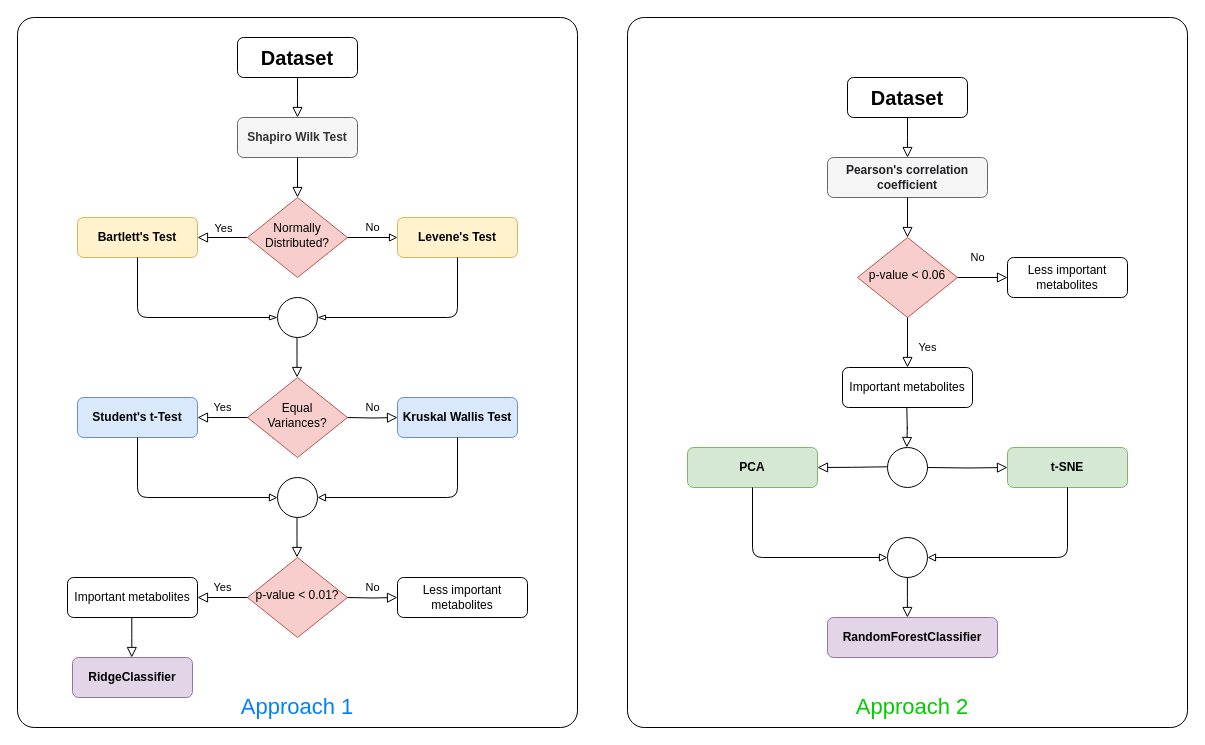
utshabkg/lung_cancer_biomarker keeps this draw.io diagram as final and best approach/Untitled Diagram.drawio. Above is the earlier version. Source tidied: cells renumbered, new cells numbered last; positions are measured from the earlier drawing's top-left corner, leaving out a move shared by most shapes. Both pictures are drawn from the tidied source at 100%, with x=0, y=0 at pixel (17, 17).
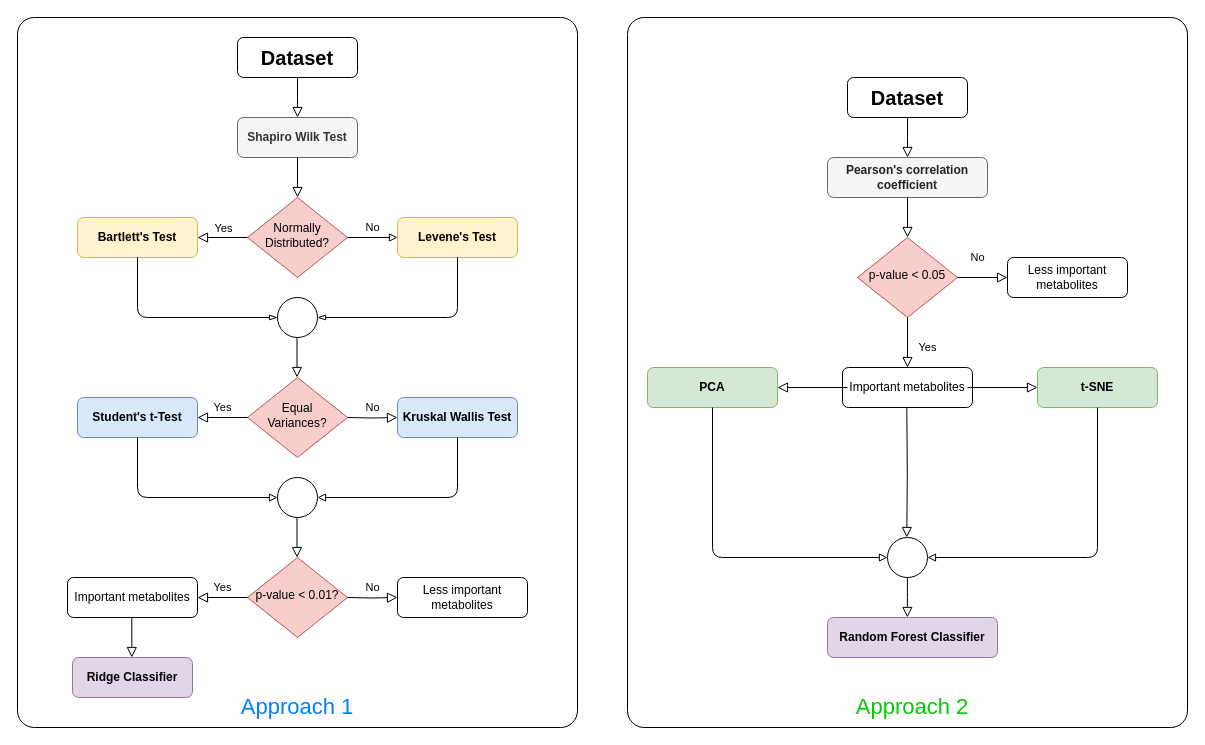
The same diagram, later.

Commit message:
removed space from classifiers, corrected p-value in approach 2

Unchanged cells that the change refers to:
```xml
<mxCell id="2" style="group;fontColor=#333333;dashed=1;" parent="1" vertex="1">
  <mxGeometry x="610" width="560" height="710" as="geometry" />
</mxCell>
<mxCell id="13" value="Important metabolites" style="rounded=1;whiteSpace=wrap;html=1;fontSize=12;glass=0;strokeWidth=1;shadow=0;" parent="2" vertex="1">
  <mxGeometry x="215" y="350" width="130" height="40" as="geometry" />
</mxCell>
<mxCell id="19" style="ellipse;whiteSpace=wrap;html=1;" parent="2" vertex="1">
  <mxGeometry x="260" y="520" width="40" height="40" as="geometry" />
</mxCell>
<mxCell id="25" style="group;" parent="1" vertex="1">
  <mxGeometry width="560" height="710" as="geometry" />
</mxCell>
```

The edit, as a diff of the source:
```diff
@@
-    <mxCell id="5" value="p-value &amp;lt; 0.06" style="rhombus;whiteSpace=wrap;html=1;shadow=0;fontFamily=Helvetica;fontSize=12;align=center;strokeWidth=1;spacing=6;spacingTop=-4;fillColor=#f8cecc;strokeColor=#b85450;" parent="2" vertex="1">
+    <mxCell id="5" value="p-value &amp;lt; 0.05" style="rhombus;whiteSpace=wrap;html=1;shadow=0;fontFamily=Helvetica;fontSize=12;align=center;strokeWidth=1;spacing=6;spacingTop=-4;fillColor=#f8cecc;strokeColor=#b85450;" parent="2" vertex="1">
       <mxGeometry x="230" y="220" width="100" height="80" as="geometry" />
     </mxCell>
@@
     <mxCell id="10" value="&lt;b&gt;PCA&lt;/b&gt;" style="rounded=1;whiteSpace=wrap;html=1;fontSize=12;glass=0;strokeWidth=1;shadow=0;fillColor=#d5e8d4;strokeColor=#82b366;" parent="2" vertex="1">
-      <mxGeometry x="60" y="430" width="130" height="40" as="geometry" />
+      <mxGeometry x="20" y="350" width="130" height="40" as="geometry" />
     </mxCell>
-    <mxCell id="11" style="ellipse;whiteSpace=wrap;html=1;" parent="2" vertex="1">
-      <mxGeometry x="260" y="430" width="40" height="40" as="geometry" />
-    </mxCell>
-    <mxCell id="12" value="&lt;b&gt;RandomForestClassifier&lt;/b&gt;" style="rounded=1;whiteSpace=wrap;html=1;fontSize=12;glass=0;strokeWidth=1;shadow=0;fillColor=#e1d5e7;strokeColor=#9673a6;" parent="2" vertex="1">
+    <mxCell id="12" value="&lt;b&gt;Random Forest Classifier&lt;/b&gt;" style="rounded=1;whiteSpace=wrap;html=1;fontSize=12;glass=0;strokeWidth=1;shadow=0;fillColor=#e1d5e7;strokeColor=#9673a6;" parent="2" vertex="1">
       <mxGeometry x="200" y="600" width="170" height="40" as="geometry" />
     </mxCell>
@@
-    <mxCell id="15" style="rounded=0;html=1;jettySize=auto;orthogonalLoop=1;fontSize=11;endArrow=block;endFill=0;endSize=8;strokeWidth=1;shadow=0;labelBackgroundColor=none;edgeStyle=orthogonalEdgeStyle;" parent="2" edge="1">
+    <mxCell id="15" style="rounded=0;html=1;jettySize=auto;fontSize=11;endArrow=block;endFill=0;endSize=8;strokeWidth=1;shadow=0;labelBackgroundColor=none;edgeStyle=orthogonalEdgeStyle;entryX=0.482;entryY=0;entryDx=0;entryDy=0;entryPerimeter=0;" parent="2" edge="1" target="19">
       <mxGeometry y="40" as="geometry">
         <mxPoint x="279.3" y="390" as="sourcePoint" />
-        <mxPoint x="279.3" y="430" as="targetPoint" />
       </mxGeometry>
     </mxCell>
     <mxCell id="16" value="&lt;b&gt;t-SNE&lt;/b&gt;" style="rounded=1;whiteSpace=wrap;html=1;fontSize=12;glass=0;strokeWidth=1;shadow=0;fillColor=#d5e8d4;strokeColor=#82b366;" parent="2" vertex="1">
-      <mxGeometry x="380" y="430" width="120" height="40" as="geometry" />
+      <mxGeometry x="410" y="350" width="120" height="40" as="geometry" />
     </mxCell>
     <mxCell id="17" style="rounded=0;html=1;jettySize=auto;fontSize=11;endArrow=block;endFill=0;endSize=8;strokeWidth=1;shadow=0;labelBackgroundColor=none;edgeStyle=orthogonalEdgeStyle;entryX=0;entryY=0.5;entryDx=0;entryDy=0;" parent="2" edge="1" target="16">
-      <mxGeometry y="40" as="geometry">
-        <mxPoint x="300" y="450" as="sourcePoint" />
+      <mxGeometry x="30" y="-40" as="geometry">
+        <mxPoint x="340" y="370" as="sourcePoint" />
+        <Array as="points">
+          <mxPoint x="340" y="370" />
+          <mxPoint x="340" y="370" />
+        </Array>
       </mxGeometry>
     </mxCell>
-    <mxCell id="18" style="rounded=0;html=1;jettySize=auto;fontSize=11;endArrow=block;endFill=0;endSize=8;strokeWidth=1;shadow=0;labelBackgroundColor=none;edgeStyle=orthogonalEdgeStyle;entryX=1;entryY=0.5;entryDx=0;entryDy=0;" parent="2" edge="1" target="10">
-      <mxGeometry y="40" as="geometry">
-        <mxPoint x="260" y="449.3" as="sourcePoint" />
-      </mxGeometry>
+    <mxCell id="18" style="rounded=0;html=1;jettySize=auto;fontSize=11;endArrow=block;endFill=0;endSize=8;strokeWidth=1;shadow=0;labelBackgroundColor=none;edgeStyle=orthogonalEdgeStyle;entryX=1;entryY=0.5;entryDx=0;entryDy=0;exitX=0.038;exitY=0.5;exitDx=0;exitDy=0;exitPerimeter=0;" parent="2" edge="1" source="13" target="10">
+      <mxGeometry x="-40" y="-40" as="geometry" />
     </mxCell>
@@
     <mxCell id="21" style="endArrow=block;html=1;exitX=0.5;exitY=1;exitDx=0;exitDy=0;entryX=1;entryY=0.5;entryDx=0;entryDy=0;endFill=0;" parent="2" edge="1" source="16" target="19">
       <mxGeometry relative="1" as="geometry">
         <Array as="points">
-          <mxPoint x="440" y="540" />
+          <mxPoint x="470" y="540" />
         </Array>
       </mxGeometry>
     </mxCell>
     <mxCell id="22" style="endArrow=block;html=1;exitX=0.5;exitY=1;exitDx=0;exitDy=0;entryX=0;entryY=0.5;entryDx=0;entryDy=0;endFill=0;" parent="2" edge="1" source="10" target="19">
       <mxGeometry relative="1" as="geometry">
         <Array as="points">
-          <mxPoint x="125" y="540" />
+          <mxPoint x="85" y="540" />
         </Array>
       </mxGeometry>
     </mxCell>
@@
-    <mxCell id="55" value="&lt;b&gt;RidgeClassifier&lt;/b&gt;" style="rounded=1;whiteSpace=wrap;html=1;fontSize=12;glass=0;strokeWidth=1;shadow=0;fillColor=#e1d5e7;strokeColor=#9673a6;" parent="25" vertex="1">
+    <mxCell id="55" value="&lt;b&gt;Ridge Classifier&lt;/b&gt;" style="rounded=1;whiteSpace=wrap;html=1;fontSize=12;glass=0;strokeWidth=1;shadow=0;fillColor=#e1d5e7;strokeColor=#9673a6;" parent="25" vertex="1">
       <mxGeometry x="55" y="640" width="120" height="40" as="geometry" />
     </mxCell>
```
